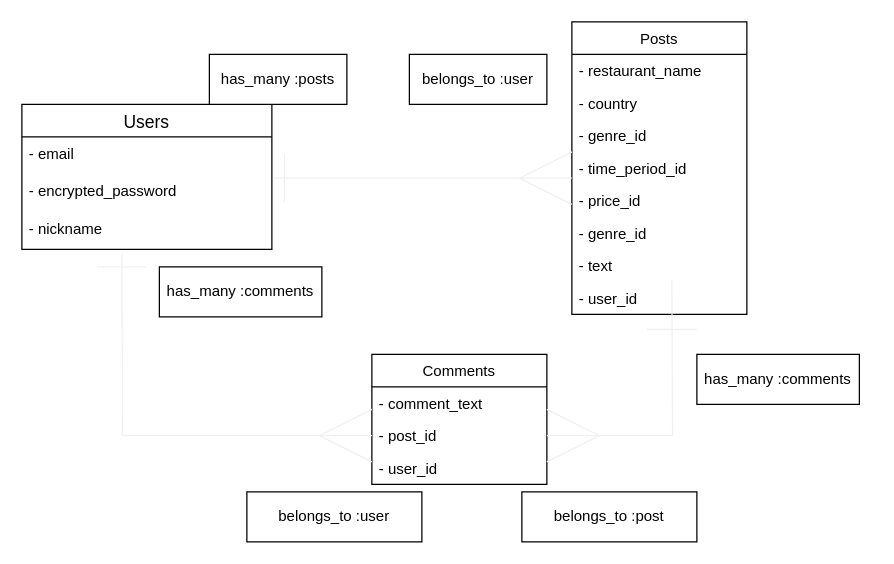
piposaruuuu/tabimeshi keeps this draw.io diagram as test.dio. Above is the earlier version. Source tidied: cells renumbered, new cells numbered last; positions are measured from the earlier drawing's top-left corner, leaving out a move shared by most shapes. Both pictures are drawn from the tidied source at 125%, with x=0, y=0 at pixel (21, 21).
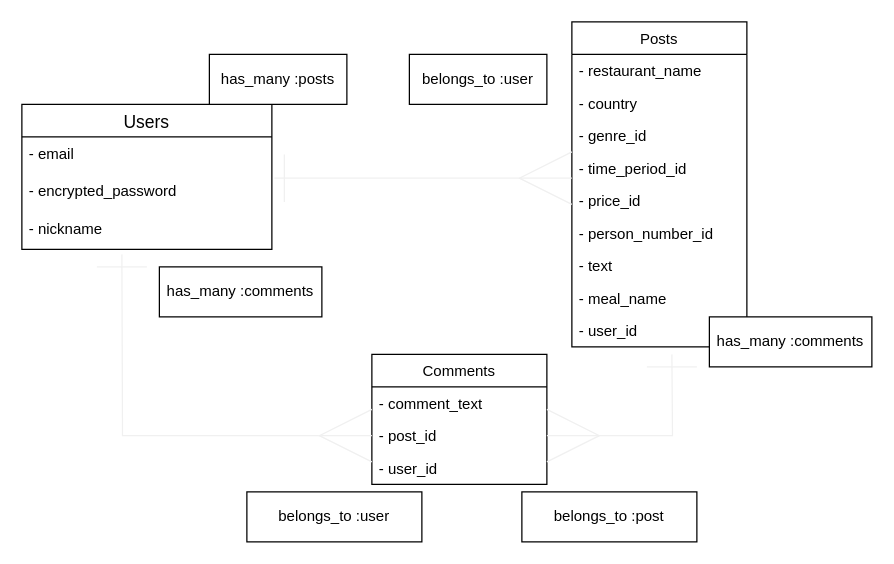
The same diagram, later.

Unchanged cells that the change refers to:
```xml
<mxCell id="4" value="- post_id" style="text;strokeColor=none;fillColor=none;align=left;verticalAlign=top;spacingLeft=4;spacingRight=4;overflow=hidden;points=[[0,0.5],[1,0.5]];portConstraint=eastwest;" parent="2" vertex="1">
  <mxGeometry y="52" width="140" height="26" as="geometry" />
</mxCell>
```

What changed in the source:
```diff
@@
     <mxCell id="6" value="Posts" style="swimlane;fontStyle=0;horizontal=1;startSize=26;" parent="1" vertex="1">
-      <mxGeometry x="440" width="140" height="234" as="geometry" />
+      <mxGeometry x="440" width="140" height="260" as="geometry" />
     </mxCell>
@@
-    <mxCell id="12" value="- genre_id" style="text;strokeColor=none;fillColor=none;align=left;verticalAlign=top;spacingLeft=4;spacingRight=4;overflow=hidden;" parent="6" vertex="1">
+    <mxCell id="12" value="- person_number_id" style="text;strokeColor=none;fillColor=none;align=left;verticalAlign=top;spacingLeft=4;spacingRight=4;overflow=hidden;" parent="6" vertex="1">
       <mxGeometry y="156" width="140" height="26" as="geometry" />
     </mxCell>
@@
-    <mxCell id="14" value="- user_id" style="text;strokeColor=none;fillColor=none;align=left;verticalAlign=top;spacingLeft=4;spacingRight=4;overflow=hidden;" parent="6" vertex="1">
+    <mxCell id="14" value="- meal_name" style="text;strokeColor=none;fillColor=none;align=left;verticalAlign=top;spacingLeft=4;spacingRight=4;overflow=hidden;" parent="6" vertex="1">
       <mxGeometry y="208" width="140" height="26" as="geometry" />
     </mxCell>
+    <mxCell id="31" value="- user_id" style="text;strokeColor=none;fillColor=none;align=left;verticalAlign=top;spacingLeft=4;spacingRight=4;overflow=hidden;" parent="6" vertex="1">
+      <mxGeometry y="234" width="140" height="26" as="geometry" />
+    </mxCell>
@@
     <mxCell id="21" style="edgeStyle=orthogonalEdgeStyle;rounded=0;jettySize=auto;html=1;startArrow=ERmany;startFill=0;endArrow=none;endFill=0;startSize=40;endSize=40;strokeColor=#f0f0f0;exitX=1;exitY=0.5;exitDx=0;exitDy=0;" parent="1" edge="1" source="4">
       <mxGeometry relative="1" as="geometry">
-        <mxPoint x="520" y="206" as="targetPoint" />
+        <mxPoint x="520" y="266" as="targetPoint" />
       </mxGeometry>
     </mxCell>
@@
     <mxCell id="26" style="endArrow=none;html=1;rounded=0;startSize=40;endSize=40;strokeColor=#f0f0f0;" parent="1" edge="1">
       <mxGeometry relative="1" as="geometry">
-        <mxPoint x="500" y="246" as="sourcePoint" />
-        <mxPoint x="540" y="246" as="targetPoint" />
+        <mxPoint x="500" y="276" as="sourcePoint" />
+        <mxPoint x="540" y="276" as="targetPoint" />
         <Array as="points">
-          <mxPoint x="520" y="246" />
+          <mxPoint x="520" y="276" />
         </Array>
       </mxGeometry>
     </mxCell>
@@
     <mxCell id="29" value="&lt;span&gt;has_many :comments&lt;/span&gt;" style="whiteSpace=wrap;html=1;align=center;" parent="1" vertex="1">
-      <mxGeometry x="540" y="266" width="130" height="40" as="geometry" />
+      <mxGeometry x="550" y="236" width="130" height="40" as="geometry" />
     </mxCell>
```
